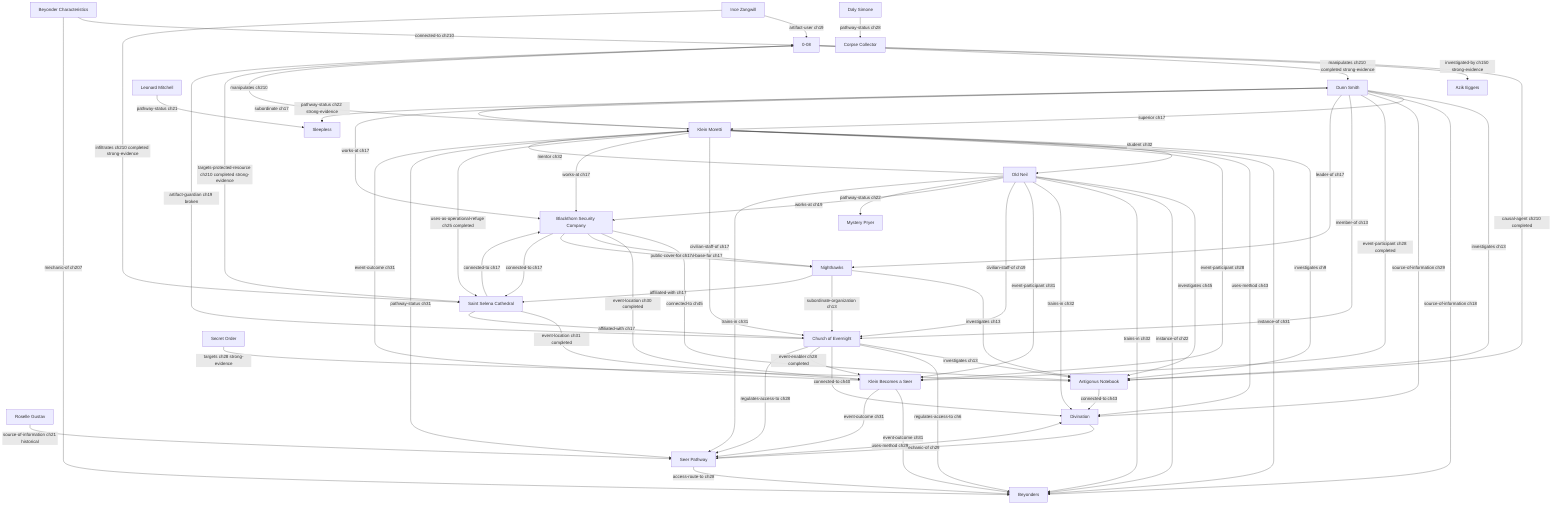
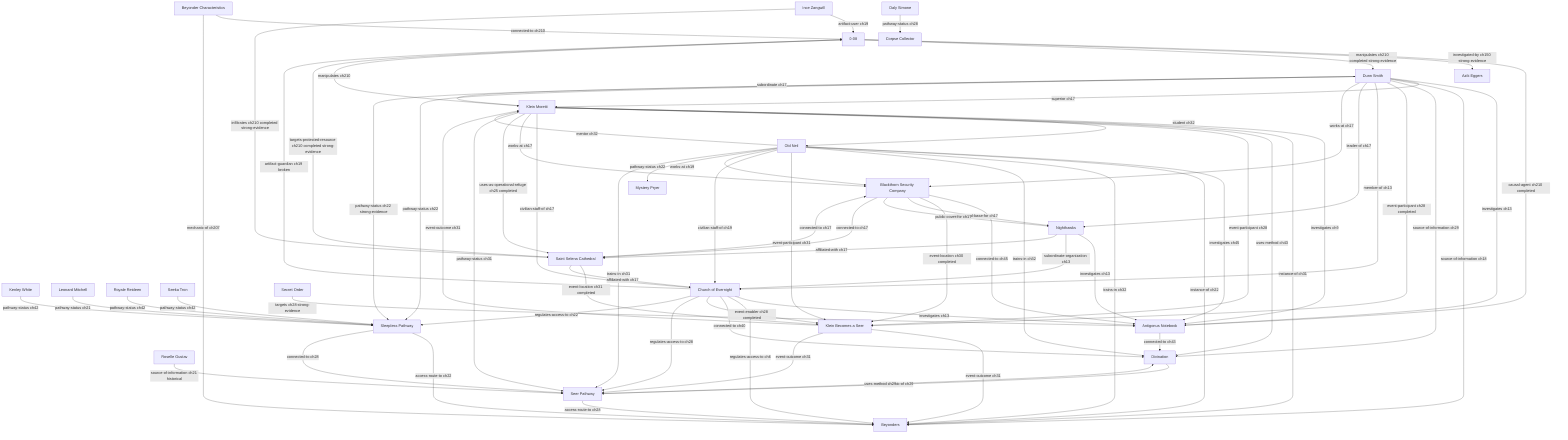
﻿graph TD
  artifact_0_08["0-08"]
  artifact_antigonus_notebook["Antigonus Notebook"]
  character_azik_eggers["Azik Eggers"]
  character_daly_simone["Daly Simone"]
  character_dunn_smith["Dunn Smith"]
  character_ince_zangwill["Ince Zangwill"]
+   character_kenley_white["Kenley White"]
  character_klein_moretti["Klein Moretti"]
  character_leonard_mitchell["Leonard Mitchell"]
  character_old_neil["Old Neil"]
  character_roselle_gustav["Roselle Gustav"]
+   character_royale_reideen["Royale Reideen"]
+   character_seeka_tron["Seeka Tron"]
  concept_beyonder_characteristics["Beyonder Characteristics"]
  concept_beyonders["Beyonders"]
  concept_divination["Divination"]
  event_klein_becomes_a_seer["Klein Becomes a Seer"]
  faction_church_of_evernight["Church of Evernight"]
  faction_nighthawks["Nighthawks"]
  faction_secret_order["Secret Order"]
  location_blackthorn_security_company["Blackthorn Security Company"]
  location_saint_selena_cathedral["Saint Selena Cathedral"]
  pathway_corpse_collector["Corpse Collector"]
  pathway_mystery_pryer["Mystery Pryer"]
  pathway_seer["Seer Pathway"]
-   pathway_sleepless["Sleepless"]
+   pathway_sleepless["Sleepless Pathway"]

  artifact_0_08 -->|causal-agent ch210 completed| artifact_antigonus_notebook
  artifact_0_08 -->|investigated-by ch150 strong-evidence| character_azik_eggers
  artifact_0_08 -->|manipulates ch210 completed strong-evidence| character_dunn_smith
  artifact_0_08 -->|manipulates ch210| character_klein_moretti
  artifact_0_08 -->|targets-protected-resource ch210 completed strong-evidence| location_saint_selena_cathedral
  artifact_antigonus_notebook -->|connected-to ch43| concept_divination
  character_daly_simone -->|pathway-status ch28| pathway_corpse_collector
  character_dunn_smith -->|investigates ch13| artifact_antigonus_notebook
  character_dunn_smith -->|superior ch17| character_klein_moretti
  character_dunn_smith -->|source-of-information ch18| concept_beyonders
  character_dunn_smith -->|source-of-information ch29| concept_divination
  character_dunn_smith -->|event-participant ch28 completed| event_klein_becomes_a_seer
  character_dunn_smith -->|member-of ch13| faction_church_of_evernight
  character_dunn_smith -->|leader-of ch17| faction_nighthawks
  character_dunn_smith -->|works-at ch17| location_blackthorn_security_company
+   character_dunn_smith -->|pathway-status ch22| pathway_sleepless
  character_dunn_smith -->|pathway-status ch22 strong-evidence| pathway_sleepless
  character_ince_zangwill -->|artifact-user ch19| artifact_0_08
  character_ince_zangwill -->|infiltrates ch210 completed strong-evidence| location_saint_selena_cathedral
+   character_kenley_white -->|pathway-status ch42| pathway_sleepless
  character_klein_moretti -->|investigates ch9| artifact_antigonus_notebook
  character_klein_moretti -->|subordinate ch17| character_dunn_smith
  character_klein_moretti -->|student ch32| character_old_neil
  character_klein_moretti -->|instance-of ch31| concept_beyonders
  character_klein_moretti -->|uses-method ch43| concept_divination
  character_klein_moretti -->|event-participant ch28| event_klein_becomes_a_seer
  character_klein_moretti -->|civilian-staff-of ch17| faction_church_of_evernight
  character_klein_moretti -->|works-at ch17| location_blackthorn_security_company
  character_klein_moretti -->|uses-as-operational-refuge ch25 completed| location_saint_selena_cathedral
  character_klein_moretti -->|pathway-status ch31| pathway_seer
  character_leonard_mitchell -->|pathway-status ch21| pathway_sleepless
  character_old_neil -->|investigates ch45| artifact_antigonus_notebook
  character_old_neil -->|mentor ch32| character_klein_moretti
  character_old_neil -->|instance-of ch22| concept_beyonders
  character_old_neil -->|trains-in ch32| concept_beyonders
  character_old_neil -->|trains-in ch32| concept_divination
  character_old_neil -->|event-participant ch31| event_klein_becomes_a_seer
  character_old_neil -->|civilian-staff-of ch19| faction_church_of_evernight
  character_old_neil -->|works-at ch19| location_blackthorn_security_company
  character_old_neil -->|pathway-status ch22| pathway_mystery_pryer
  character_old_neil -->|trains-in ch31| pathway_seer
  character_roselle_gustav -->|source-of-information ch21 historical| pathway_seer
+   character_royale_reideen -->|pathway-status ch42| pathway_sleepless
+   character_seeka_tron -->|pathway-status ch42| pathway_sleepless
  concept_beyonder_characteristics -->|connected-to ch210| artifact_0_08
  concept_beyonder_characteristics -->|mechanic-of ch207| concept_beyonders
  concept_divination -->|mechanic-of ch29| pathway_seer
  event_klein_becomes_a_seer -->|event-outcome ch31| character_klein_moretti
  event_klein_becomes_a_seer -->|event-outcome ch31| concept_beyonders
  event_klein_becomes_a_seer -->|event-outcome ch31| pathway_seer
  faction_church_of_evernight -->|artifact-guardian ch19 broken| artifact_0_08
  faction_church_of_evernight -->|investigates ch13| artifact_antigonus_notebook
  faction_church_of_evernight -->|regulates-access-to ch6| concept_beyonders
  faction_church_of_evernight -->|connected-to ch40| concept_divination
  faction_church_of_evernight -->|event-enabler ch28 completed| event_klein_becomes_a_seer
  faction_church_of_evernight -->|regulates-access-to ch28| pathway_seer
+   faction_church_of_evernight -->|regulates-access-to ch22| pathway_sleepless
  faction_nighthawks -->|investigates ch13| artifact_antigonus_notebook
  faction_nighthawks -->|subordinate-organization ch13| faction_church_of_evernight
  faction_nighthawks -->|affiliated-with ch17| location_saint_selena_cathedral
  faction_secret_order -->|targets ch28 strong-evidence| artifact_antigonus_notebook
  location_blackthorn_security_company -->|connected-to ch45| artifact_antigonus_notebook
  location_blackthorn_security_company -->|event-location ch30 completed| event_klein_becomes_a_seer
  location_blackthorn_security_company -->|operational-base-for ch17| faction_nighthawks
  location_blackthorn_security_company -->|public-cover-for ch17| faction_nighthawks
  location_blackthorn_security_company -->|connected-to ch17| location_saint_selena_cathedral
  location_saint_selena_cathedral -->|event-location ch31 completed| event_klein_becomes_a_seer
  location_saint_selena_cathedral -->|affiliated-with ch17| faction_church_of_evernight
  location_saint_selena_cathedral -->|connected-to ch17| location_blackthorn_security_company
  pathway_seer -->|access-route-to ch28| concept_beyonders
  pathway_seer -->|uses-method ch29| concept_divination
+   pathway_sleepless -->|access-route-to ch22| concept_beyonders
+   pathway_sleepless -->|connected-to ch28| pathway_seer
